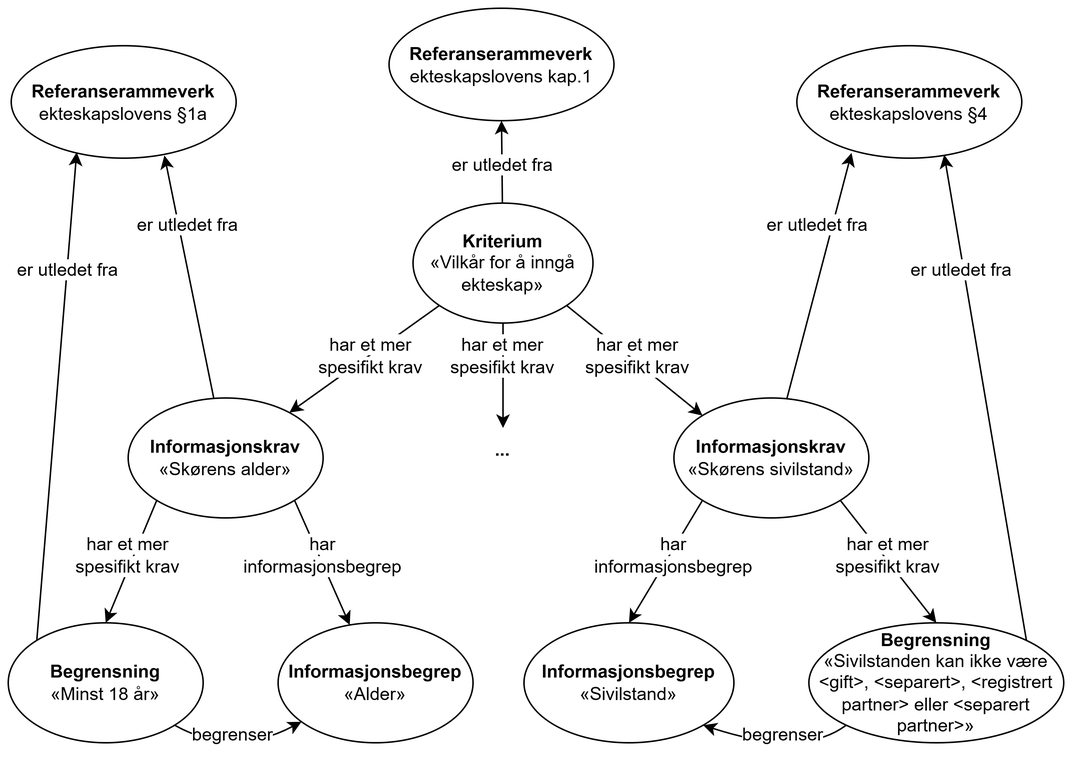
The draw.io diagram docs/images/Figur-eksempelbruk-krav-utledet-fra-regelverk.png in Informasjonsforvaltning/cccev-ap-no, before a commit. Source tidied: cells renumbered, new cells last; positions are measured from the earlier drawing's top-left corner, leaving out a move shared by most shapes.
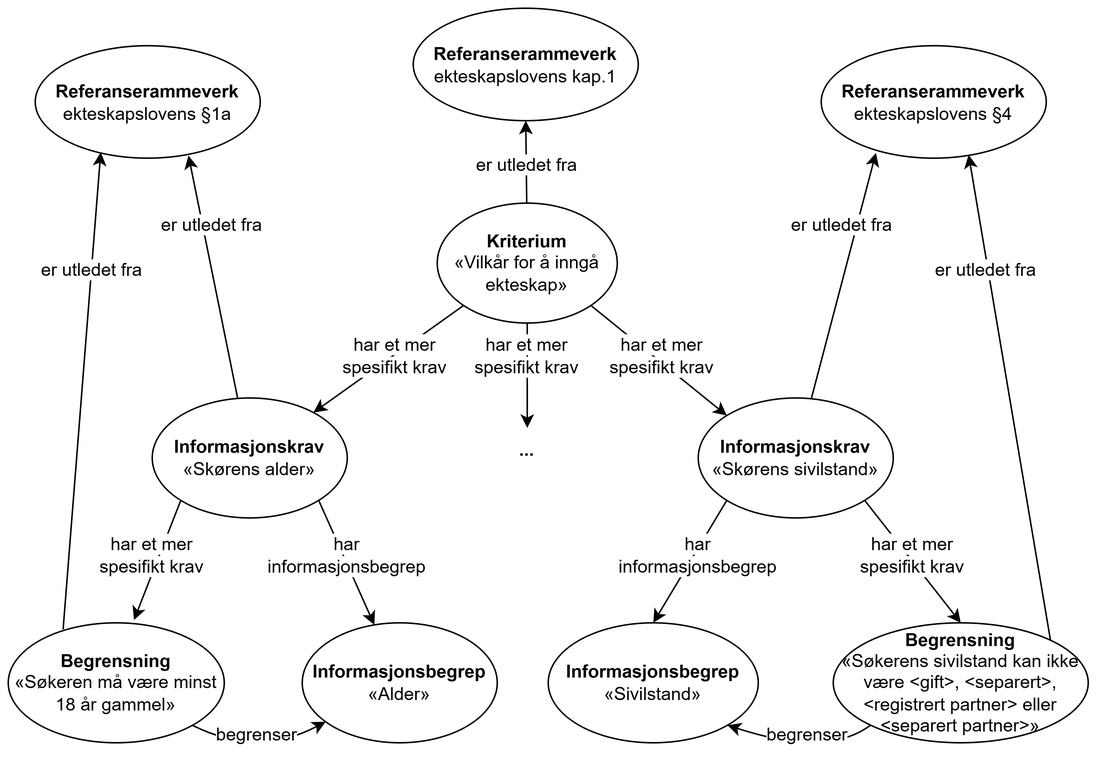
The same diagram one commit later.

Commit message:
Oppdaterer figuren for KytteTilRegelverk

Diff of the diagram source:
```diff
@@ -11,16 +11,13 @@
     <mxCell id="4" value="&lt;b&gt;Informasjonskrav&lt;/b&gt;&lt;div&gt;«Skørens sivilstand»&lt;/div&gt;" style="ellipse;whiteSpace=wrap;html=1;" parent="1" vertex="1">
       <mxGeometry x="444" y="260" width="130" height="80" as="geometry" />
     </mxCell>
-    <mxCell id="5" value="&lt;b&gt;Begrensning&lt;br&gt;&lt;/b&gt;&lt;div&gt;&lt;span style=&quot;background-color: transparent; color: light-dark(rgb(0, 0, 0), rgb(255, 255, 255));&quot;&gt;«Minst 18 år»&lt;/span&gt;&lt;/div&gt;" style="ellipse;whiteSpace=wrap;html=1;" parent="1" vertex="1">
-      <mxGeometry y="410" width="130" height="80" as="geometry" />
-    </mxCell>
     <mxCell id="6" value="&lt;b&gt;Informasjonsbegrep&lt;/b&gt;&lt;div&gt;«Alder»&lt;/div&gt;" style="ellipse;whiteSpace=wrap;html=1;" parent="1" vertex="1">
       <mxGeometry x="180" y="410" width="130" height="80" as="geometry" />
     </mxCell>
     <mxCell id="7" value="&lt;b&gt;Informasjonsbegrep&lt;/b&gt;&lt;div&gt;«Sivilstand»&lt;/div&gt;" style="ellipse;whiteSpace=wrap;html=1;" parent="1" vertex="1">
       <mxGeometry x="344" y="410" width="140" height="80" as="geometry" />
     </mxCell>
-    <mxCell id="8" value="&lt;b&gt;Begrensning&lt;/b&gt;&lt;div&gt;«Sivilstanden kan ikke være &amp;lt;gift&amp;gt;, &amp;lt;separert&amp;gt;, &amp;lt;registrert partner&amp;gt; eller &amp;lt;separert partner&amp;gt;»&lt;/div&gt;" style="ellipse;whiteSpace=wrap;html=1;" parent="1" vertex="1">
+    <mxCell id="8" value="&lt;b&gt;Begrensning&lt;/b&gt;&lt;div&gt;«Søkerens sivilstand kan ikke være &amp;lt;gift&amp;gt;, &amp;lt;separert&amp;gt;, &amp;lt;registrert partner&amp;gt; eller &amp;lt;separert partner&amp;gt;»&lt;/div&gt;" style="ellipse;whiteSpace=wrap;html=1;" parent="1" vertex="1">
       <mxGeometry x="534" y="410" width="170" height="80" as="geometry" />
     </mxCell>
     <mxCell id="9" style="endArrow=classic;html=1;rounded=0;exitX=0;exitY=1;exitDx=0;exitDy=0;" parent="1" edge="1" source="2" target="3">
@@ -29,7 +26,7 @@
     <mxCell id="10" style="endArrow=classic;html=1;rounded=0;exitX=1;exitY=1;exitDx=0;exitDy=0;entryX=0;entryY=0;entryDx=0;entryDy=0;" parent="1" edge="1" source="2" target="4">
       <mxGeometry relative="1" as="geometry" />
     </mxCell>
-    <mxCell id="11" style="endArrow=classic;html=1;rounded=0;exitX=0;exitY=1;exitDx=0;exitDy=0;entryX=0.5;entryY=0;entryDx=0;entryDy=0;" parent="1" edge="1" source="3" target="5">
+    <mxCell id="11" style="endArrow=classic;html=1;rounded=0;exitX=0;exitY=1;exitDx=0;exitDy=0;entryX=0.582;entryY=-0.023;entryDx=0;entryDy=0;entryPerimeter=0;" parent="1" edge="1" source="3" target="41">
       <mxGeometry relative="1" as="geometry" />
     </mxCell>
     <mxCell id="12" style="endArrow=classic;html=1;rounded=0;exitX=1;exitY=1;exitDx=0;exitDy=0;" parent="1" edge="1" source="3" target="6">
@@ -68,7 +65,7 @@
     <mxCell id="23" value="&lt;span style=&quot;background-color: light-dark(#ffffff, var(--ge-dark-color, #121212));&quot;&gt;har informasjonsbegrep&lt;/span&gt;" style="text;html=1;whiteSpace=wrap;strokeColor=none;fillColor=none;align=center;verticalAlign=middle;rounded=0;" parent="1" vertex="1">
       <mxGeometry x="404" y="350" width="80" height="30" as="geometry" />
     </mxCell>
-    <mxCell id="24" style="endArrow=classic;html=1;rounded=0;exitX=1;exitY=1;exitDx=0;exitDy=0;curved=1;" parent="1" edge="1" source="5" target="6">
+    <mxCell id="24" style="endArrow=classic;html=1;rounded=0;exitX=1;exitY=1;exitDx=0;exitDy=0;curved=1;" parent="1" edge="1" source="41" target="6">
       <mxGeometry relative="1" as="geometry">
         <Array as="points">
           <mxPoint x="150" y="500" />
@@ -106,7 +103,7 @@
     <mxCell id="33" style="endArrow=classic;html=1;rounded=0;entryX=0.681;entryY=0.976;entryDx=0;entryDy=0;entryPerimeter=0;" parent="1" edge="1" source="3" target="31">
       <mxGeometry relative="1" as="geometry" />
     </mxCell>
-    <mxCell id="34" style="endArrow=classic;html=1;rounded=0;entryX=0.291;entryY=0.947;entryDx=0;entryDy=0;entryPerimeter=0;exitX=0;exitY=0;exitDx=0;exitDy=0;" parent="1" edge="1" source="5" target="31">
+    <mxCell id="34" style="endArrow=classic;html=1;rounded=0;entryX=0.291;entryY=0.947;entryDx=0;entryDy=0;entryPerimeter=0;exitX=0.254;exitY=0.054;exitDx=0;exitDy=0;exitPerimeter=0;" parent="1" edge="1" source="41" target="31">
       <mxGeometry relative="1" as="geometry" />
     </mxCell>
     <mxCell id="35" style="endArrow=classic;html=1;rounded=0;entryX=0.243;entryY=0.953;entryDx=0;entryDy=0;entryPerimeter=0;" parent="1" edge="1" source="4" target="32">
@@ -127,5 +124,8 @@
     <mxCell id="40" value="&lt;span style=&quot;background-color: light-dark(#ffffff, var(--ge-dark-color, #121212));&quot;&gt;er utledet fra&lt;/span&gt;" style="text;html=1;whiteSpace=wrap;strokeColor=none;fillColor=none;align=center;verticalAlign=middle;rounded=0;" parent="1" vertex="1">
       <mxGeometry x="500" y="130" width="80" height="30" as="geometry" />
     </mxCell>
+    <mxCell id="41" value="&lt;b&gt;Begrensning&lt;/b&gt;&lt;div&gt;«Søkeren må være minst 18 år gammel»&lt;/div&gt;" style="ellipse;whiteSpace=wrap;html=1;" parent="1" vertex="1">
+      <mxGeometry x="-16" y="410" width="144" height="80" as="geometry" />
+    </mxCell>
   </root>
 </mxGraphModel>
```
